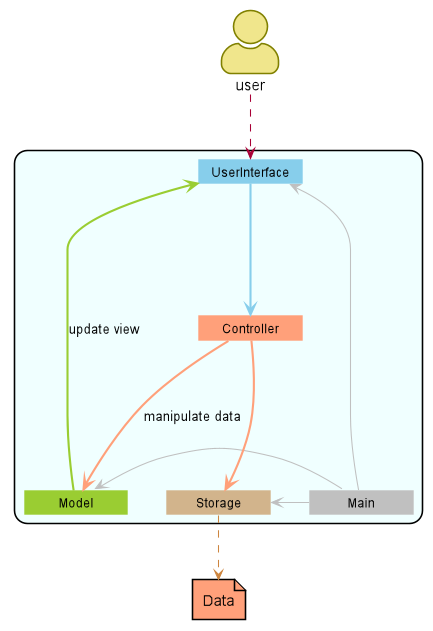
untitle4/tp keeps this PlantUML diagram as docs/diagram/ArchitectureDiagram.png. Above is the earlier version.
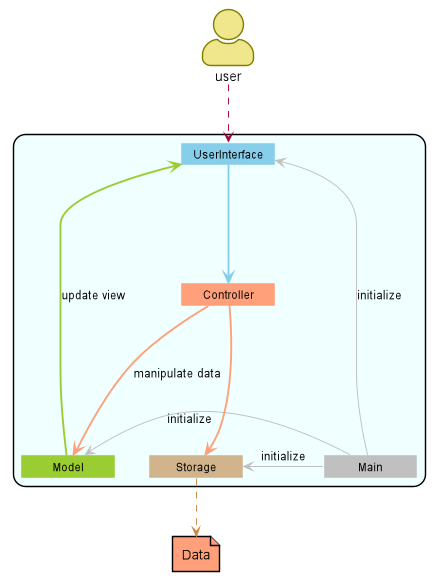
Above is the later version.

What changed in the source:
```diff
@@ -39,9 +39,9 @@
 UserInterface -down[bold,#SkyBlue]-> Controller
 Controller -[Bold,#LightSalmon]-> Model : manipulate data
 Model --[bold,#YellowGreen]> UserInterface : update view
-UserInterface <-[#Silver] Main
-Main -up[#Silver]> Model
-Main -right[#Silver]> Storage
+UserInterface <-[#Silver] Main : initialize
+Main -up[#Silver]> Model : initialize
+Main -right[#Silver]> Storage : initialize
 Storage ..[#Peru]> Data
 Controller -[bold,#LightSalmon]> Storage
 
```
